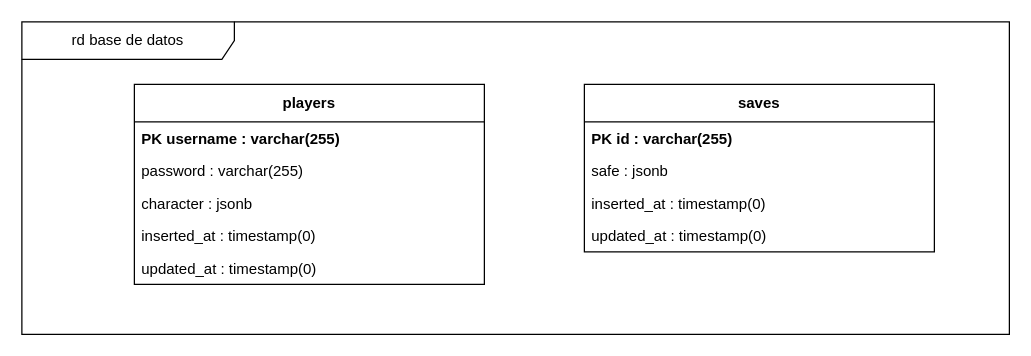
Before: document/tex_files/mainmatter/chapter_5/images/design_database/diseno_base_datos.drawio in ThAlsay/Hephaestus, a draw.io diagram. Source tidied: cells renumbered, new cells numbered last; positions are measured from the earlier drawing's top-left corner, leaving out a move shared by most shapes. Both pictures are drawn from the tidied source at 125%, with x=0, y=0 at pixel (21, 21).
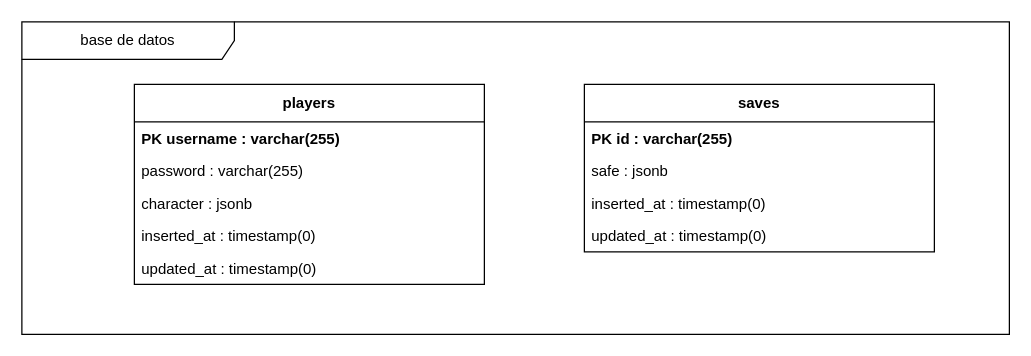
After the change.

What changed in the source:
```diff
@@
 <mxGraphModel>
   <root>
     <mxCell id="0" />
     <mxCell id="1" parent="0" />
     <mxCell id="2" value="players" style="swimlane;horizontal=1;startSize=30;whiteSpace=wrap;html=1;fontStyle=1;align=center;" parent="1" vertex="1">
       <mxGeometry x="90" y="50" width="280" height="160" as="geometry" />
     </mxCell>
     <mxCell id="3" value="PK  username : varchar(255)" style="text;align=left;verticalAlign=top;spacingLeft=4;spacingRight=4;overflow=hidden;whiteSpace=wrap;html=1;fontStyle=1;" parent="2" vertex="1">
       <mxGeometry y="30" width="280" height="26" as="geometry" />
     </mxCell>
     <mxCell id="4" value="      password : varchar(255)" style="text;strokeColor=none;fillColor=none;align=left;verticalAlign=top;spacingLeft=4;spacingRight=4;overflow=hidden;whiteSpace=wrap;html=1;" parent="2" vertex="1">
       <mxGeometry y="56" width="280" height="26" as="geometry" />
     </mxCell>
     <mxCell id="5" value="      character : jsonb" style="text;strokeColor=none;fillColor=none;align=left;verticalAlign=top;spacingLeft=4;spacingRight=4;overflow=hidden;whiteSpace=wrap;html=1;" parent="2" vertex="1">
       <mxGeometry y="82" width="280" height="26" as="geometry" />
     </mxCell>
     <mxCell id="6" value="      inserted_at : timestamp(0)" style="text;strokeColor=none;fillColor=none;align=left;verticalAlign=top;spacingLeft=4;spacingRight=4;overflow=hidden;whiteSpace=wrap;html=1;" parent="2" vertex="1">
       <mxGeometry y="108" width="280" height="26" as="geometry" />
     </mxCell>
     <mxCell id="7" value="      updated_at : timestamp(0)" style="text;strokeColor=none;fillColor=none;align=left;verticalAlign=top;spacingLeft=4;spacingRight=4;overflow=hidden;whiteSpace=wrap;html=1;" parent="2" vertex="1">
       <mxGeometry y="134" width="280" height="26" as="geometry" />
     </mxCell>
     <mxCell id="8" value="saves" style="swimlane;horizontal=1;startSize=30;whiteSpace=wrap;html=1;fontStyle=1;align=center;" parent="1" vertex="1">
       <mxGeometry x="450" y="50" width="280" height="134" as="geometry" />
     </mxCell>
     <mxCell id="9" value="PK  id : varchar(255)" style="text;align=left;verticalAlign=top;spacingLeft=4;spacingRight=4;overflow=hidden;whiteSpace=wrap;html=1;fontStyle=1;" parent="8" vertex="1">
       <mxGeometry y="30" width="280" height="26" as="geometry" />
     </mxCell>
     <mxCell id="10" value="      safe : jsonb" style="text;strokeColor=none;fillColor=none;align=left;verticalAlign=top;spacingLeft=4;spacingRight=4;overflow=hidden;whiteSpace=wrap;html=1;" parent="8" vertex="1">
       <mxGeometry y="56" width="280" height="26" as="geometry" />
     </mxCell>
     <mxCell id="11" value="      inserted_at : timestamp(0)" style="text;strokeColor=none;fillColor=none;align=left;verticalAlign=top;spacingLeft=4;spacingRight=4;overflow=hidden;whiteSpace=wrap;html=1;" parent="8" vertex="1">
       <mxGeometry y="82" width="280" height="26" as="geometry" />
     </mxCell>
     <mxCell id="12" value="      updated_at : timestamp(0)" style="text;strokeColor=none;fillColor=none;align=left;verticalAlign=top;spacingLeft=4;spacingRight=4;overflow=hidden;whiteSpace=wrap;html=1;" parent="8" vertex="1">
       <mxGeometry y="108" width="280" height="26" as="geometry" />
     </mxCell>
-    <mxCell id="13" value="rd base de datos" style="shape=umlFrame;whiteSpace=wrap;html=1;width=170;height=30;" parent="1" vertex="1">
+    <mxCell id="13" value="base de datos" style="shape=umlFrame;whiteSpace=wrap;html=1;width=170;height=30;" parent="1" vertex="1">
       <mxGeometry width="790" height="250" as="geometry" />
     </mxCell>
   </root>
 </mxGraphModel>
```
